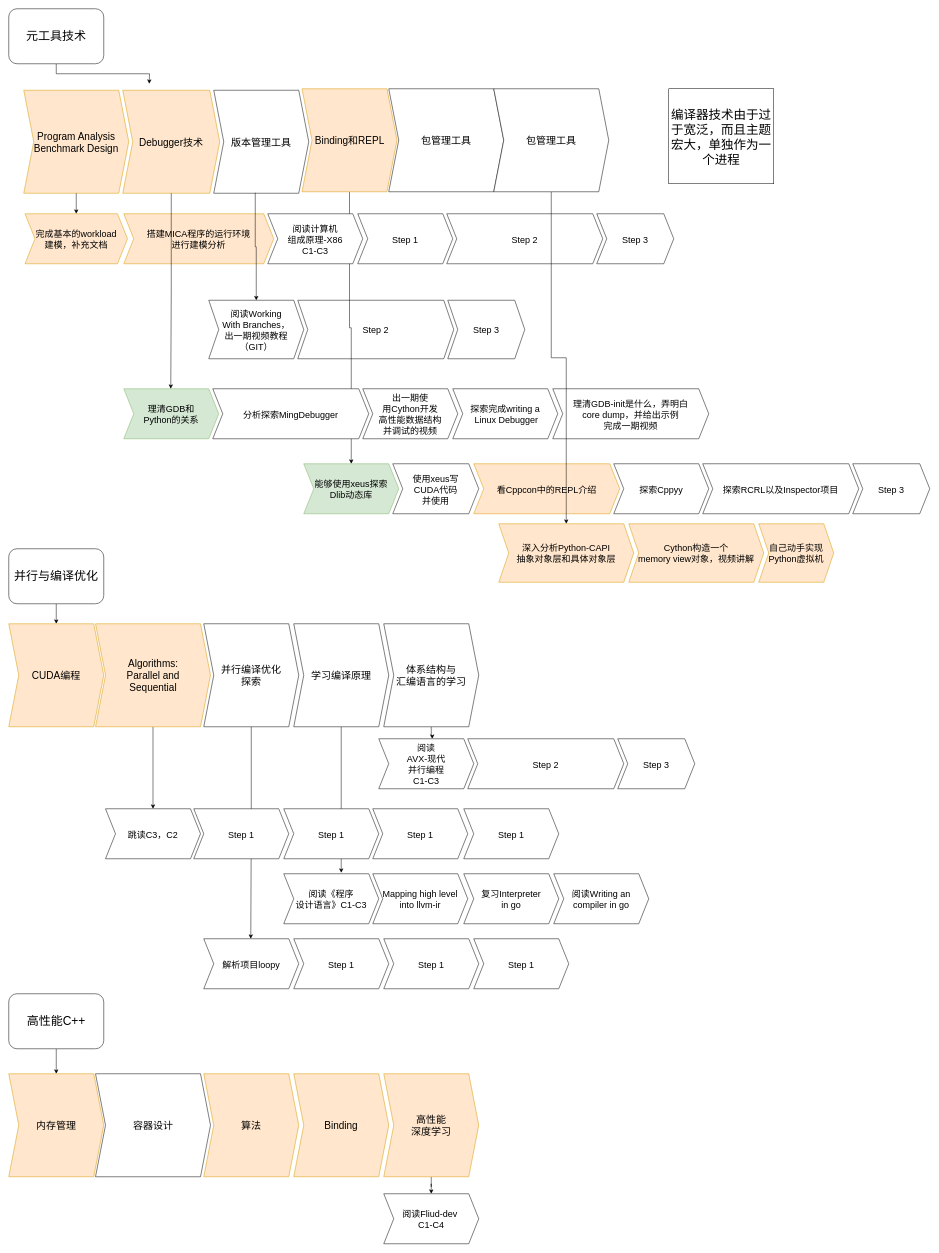
xiaoniaoyouhuajiang/ClassNotebook keeps this draw.io diagram as page "最近的充电" (2 of 4) of scheduler.drawio. Above is the earlier version. Source tidied: cells renumbered, new cells numbered last; positions are measured from the earlier drawing's top-left corner, leaving out a move shared by most shapes. Both pictures are drawn from the tidied source at 50%, with x=0, y=0 at pixel (8, 8).
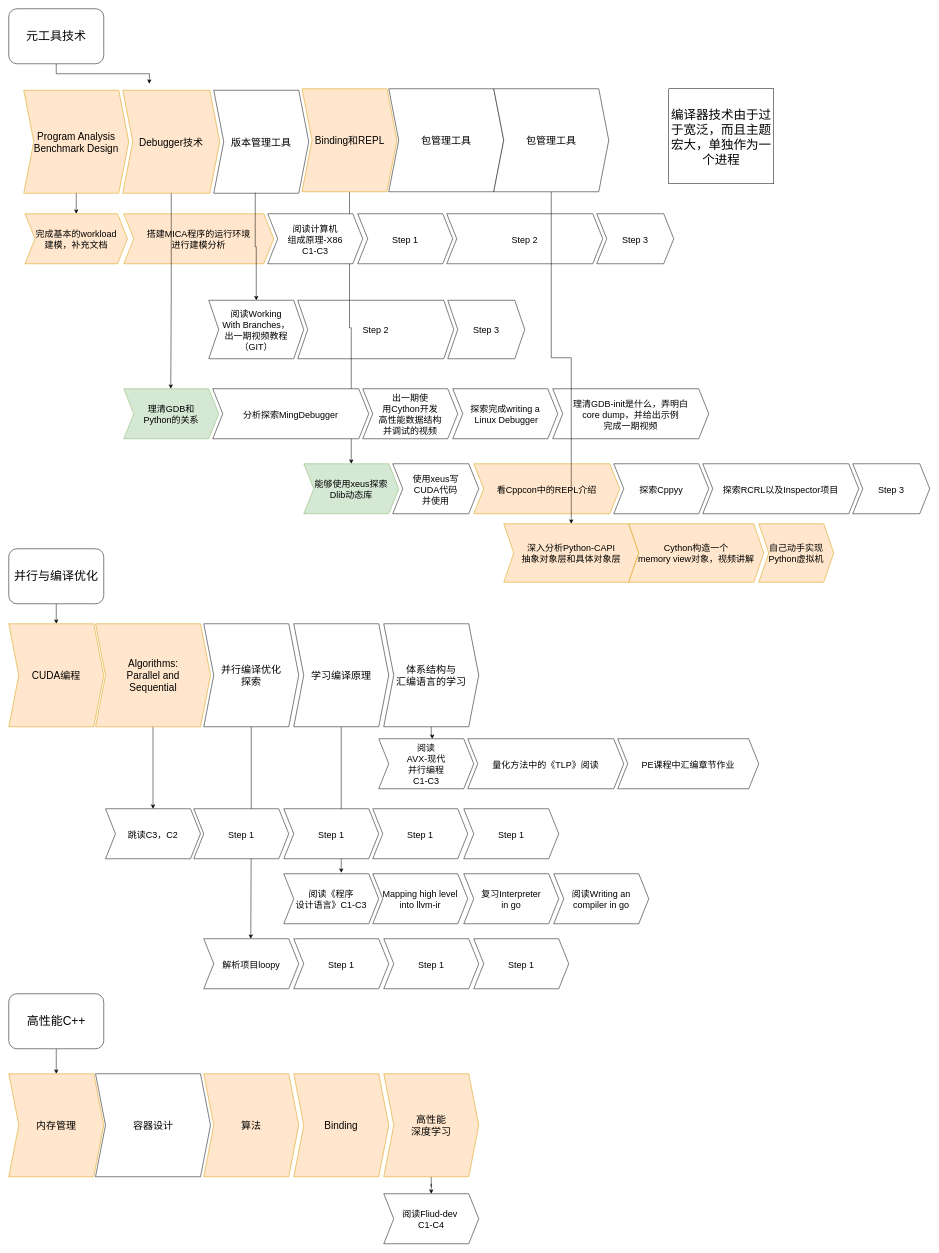
After the change.

The edit, as a diff of the source:
```diff
@@
-    <mxCell id="55" value="Step 2" style="shape=step;perimeter=stepPerimeter;fixedSize=1;fontSize=18;" parent="1" vertex="1">
+    <mxCell id="55" value="量化方法中的《TLP》阅读" style="shape=step;perimeter=stepPerimeter;fixedSize=1;fontSize=18;" parent="1" vertex="1">
       <mxGeometry x="918" y="1460" width="312" height="100" as="geometry" />
     </mxCell>
-    <mxCell id="56" value="Step 3" style="shape=step;perimeter=stepPerimeter;fixedSize=1;fontSize=18;" parent="1" vertex="1">
-      <mxGeometry x="1218" y="1460" width="154" height="100" as="geometry" />
+    <mxCell id="56" value="PE课程中汇编章节作业" style="shape=step;perimeter=stepPerimeter;fixedSize=1;fontSize=18;" parent="1" vertex="1">
+      <mxGeometry x="1218" y="1460" width="282" height="100" as="geometry" />
     </mxCell>
@@
     <mxCell id="73" value="深入分析Python-CAPI&#10;抽象对象层和具体对象层" style="shape=step;perimeter=stepPerimeter;fixedSize=1;points=[];fontSize=18;fillColor=#ffe6cc;strokeColor=#d79b00;" parent="1" vertex="1">
-      <mxGeometry x="980" y="1030" width="270" height="117" as="geometry" />
+      <mxGeometry x="990" y="1030" width="270" height="117" as="geometry" />
     </mxCell>
```
